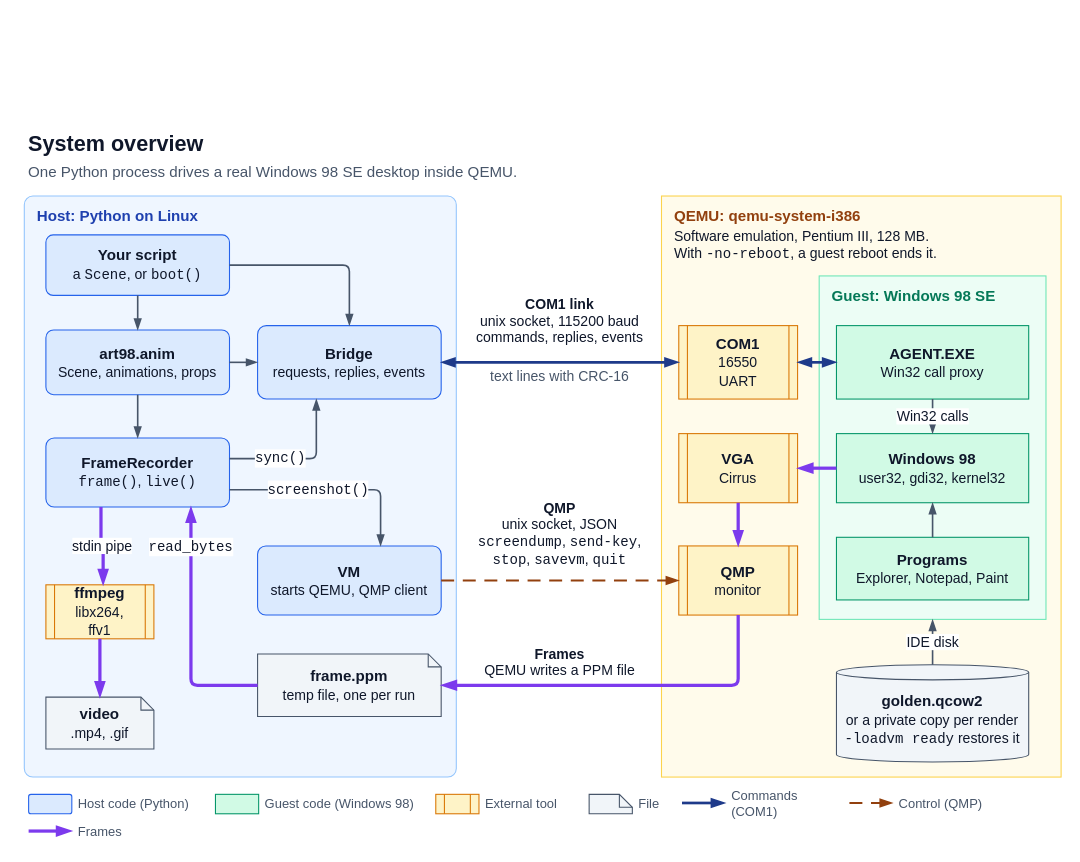
Above: docs/diagrams/system-overview.drawio in StanLukuvka/98artware (draw.io), before the change. Source tidied: cells renumbered, new cells numbered last; positions are measured from the earlier drawing's top-left corner, leaving out a move shared by most shapes. Both pictures are drawn from the tidied source at 108%, with x=0, y=0 at pixel (24, 126).
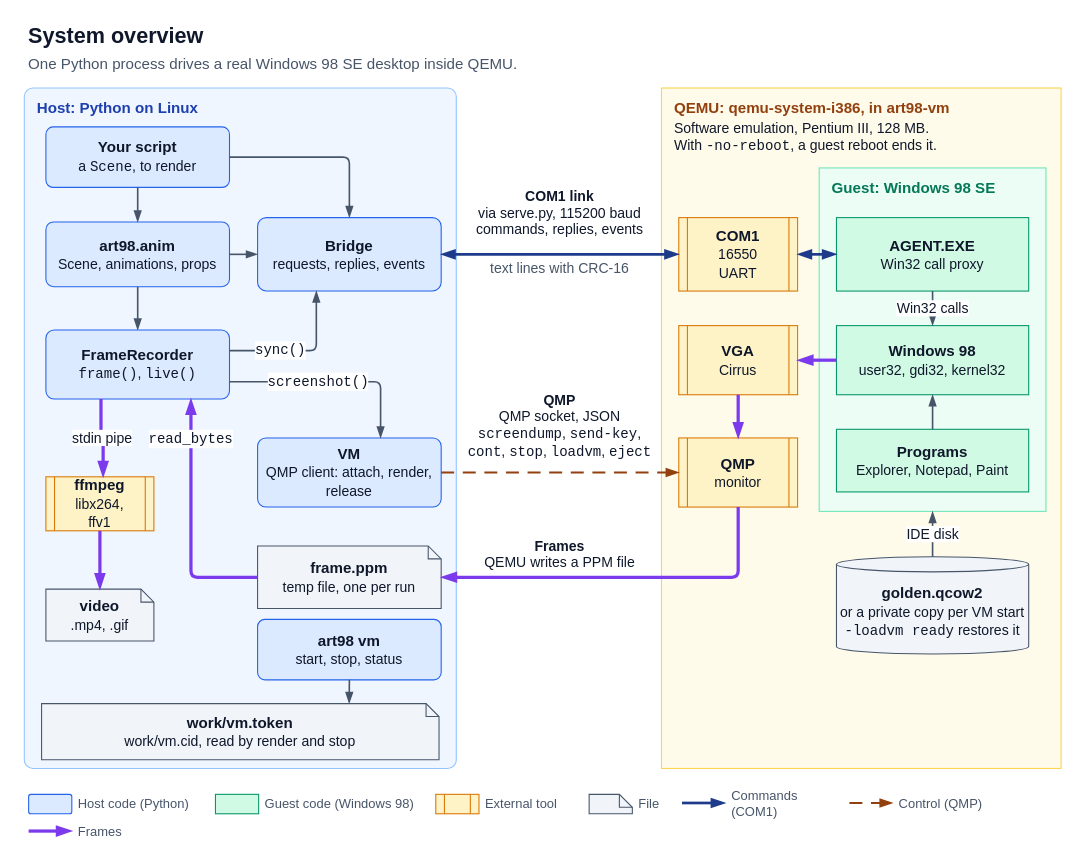
Above is the later version.

Unchanged cells that the change refers to:
```xml
<mxCell id="10" value="&lt;b style=&quot;font-size:14px&quot;&gt;frame.ppm&lt;/b&gt;&lt;br&gt;&lt;span style=&quot;font-size:13px&quot;&gt;temp file, one per run&lt;/span&gt;" style="shape=note;size=12;fillColor=#F1F5F9;strokeColor=#475569;whiteSpace=wrap;html=1;fontFamily=Helvetica;fontSize=14;fontColor=#0F172A;align=center;verticalAlign=middle;spacing=4;" parent="4" vertex="1">
  <mxGeometry x="216" y="424" width="170" height="58" as="geometry" />
</mxCell>
<mxCell id="17" value="&lt;b style=&quot;font-size:14px&quot;&gt;QMP&lt;/b&gt;&lt;br&gt;&lt;span style=&quot;font-size:13px&quot;&gt;monitor&lt;/span&gt;" style="shape=process;fixedSize=1;size=8;backgroundOutline=1;fillColor=#FEF3C7;strokeColor=#D97706;whiteSpace=wrap;html=1;fontFamily=Helvetica;fontSize=14;fontColor=#0F172A;align=center;verticalAlign=middle;spacing=4;" parent="13" vertex="1">
  <mxGeometry x="16" y="324" width="110" height="64" as="geometry" />
</mxCell>
```

Change to the diagram source:
```diff
@@
     <mxCell id="2" value="&lt;b&gt;System overview&lt;/b&gt;" style="text;html=1;whiteSpace=wrap;strokeColor=none;fillColor=none;fontFamily=Helvetica;fontSize=20;fontColor=#0F172A;align=left;verticalAlign=middle;spacing=0;" parent="1" vertex="1">
-      <mxGeometry x="4" width="952" height="30" as="geometry" />
+      <mxGeometry x="4" y="-100" width="952" height="30" as="geometry" />
     </mxCell>
     <mxCell id="3" value="One Python process drives a real Windows 98 SE desktop inside QEMU." style="text;html=1;whiteSpace=wrap;strokeColor=none;fillColor=none;fontFamily=Helvetica;fontSize=14;fontColor=#475569;align=left;verticalAlign=middle;spacing=0;" parent="1" vertex="1">
-      <mxGeometry x="4" y="30" width="952" height="24" as="geometry" />
+      <mxGeometry x="4" y="-70" width="952" height="24" as="geometry" />
     </mxCell>
     <mxCell id="4" value="Host: Python on Linux" style="fillColor=#EFF6FF;strokeColor=#93C5FD;fontColor=#1E40AF;rounded=1;arcSize=2;whiteSpace=wrap;html=1;fontFamily=Helvetica;fontSize=14;fontStyle=1;align=left;verticalAlign=top;spacingLeft=10;spacingTop=4;" parent="1" vertex="1">
-      <mxGeometry y="64" width="400" height="538" as="geometry" />
+      <mxGeometry y="-36" width="400" height="630" as="geometry" />
     </mxCell>
-    <mxCell id="5" value="&lt;b style=&quot;font-size:14px&quot;&gt;Your script&lt;/b&gt;&lt;br&gt;&lt;span style=&quot;font-size:13px&quot;&gt;a &lt;font face=&quot;Courier New&quot;&gt;Scene&lt;/font&gt;, or &lt;font face=&quot;Courier New&quot;&gt;boot()&lt;/font&gt;&lt;/span&gt;" style="rounded=1;arcSize=12;fillColor=#DBEAFE;strokeColor=#2563EB;whiteSpace=wrap;html=1;fontFamily=Helvetica;fontSize=14;fontColor=#0F172A;align=center;verticalAlign=middle;spacing=4;" parent="4" vertex="1">
+    <mxCell id="5" value="&lt;b style=&quot;font-size:14px&quot;&gt;Your script&lt;/b&gt;&lt;br&gt;&lt;span style=&quot;font-size:13px&quot;&gt;a &lt;font face=&quot;Courier New&quot;&gt;Scene&lt;/font&gt;, to render&lt;/span&gt;" style="rounded=1;arcSize=12;fillColor=#DBEAFE;strokeColor=#2563EB;whiteSpace=wrap;html=1;fontFamily=Helvetica;fontSize=14;fontColor=#0F172A;align=center;verticalAlign=middle;spacing=4;" parent="4" vertex="1">
       <mxGeometry x="20" y="36" width="170" height="56" as="geometry" />
     </mxCell>
@@
-    <mxCell id="9" value="&lt;b style=&quot;font-size:14px&quot;&gt;VM&lt;/b&gt;&lt;br&gt;&lt;span style=&quot;font-size:13px&quot;&gt;starts QEMU, QMP client&lt;/span&gt;" style="rounded=1;arcSize=12;fillColor=#DBEAFE;strokeColor=#2563EB;whiteSpace=wrap;html=1;fontFamily=Helvetica;fontSize=14;fontColor=#0F172A;align=center;verticalAlign=middle;spacing=4;" parent="4" vertex="1">
+    <mxCell id="9" value="&lt;b style=&quot;font-size:14px&quot;&gt;VM&lt;/b&gt;&lt;br&gt;&lt;span style=&quot;font-size:13px&quot;&gt;QMP client: attach, render, release&lt;/span&gt;" style="rounded=1;arcSize=12;fillColor=#DBEAFE;strokeColor=#2563EB;whiteSpace=wrap;html=1;fontFamily=Helvetica;fontSize=14;fontColor=#0F172A;align=center;verticalAlign=middle;spacing=4;" parent="4" vertex="1">
       <mxGeometry x="216" y="324" width="170" height="64" as="geometry" />
     </mxCell>
@@
-    <mxCell id="13" value="QEMU: qemu-system-i386" style="fillColor=#FFFBEB;strokeColor=#FCD34D;fontColor=#92400E;rounded=0;whiteSpace=wrap;html=1;fontFamily=Helvetica;fontSize=14;fontStyle=1;align=left;verticalAlign=top;spacingLeft=10;spacingTop=4;" parent="1" vertex="1">
-      <mxGeometry x="590" y="64" width="370" height="538" as="geometry" />
+    <mxCell id="13" value="QEMU: qemu-system-i386, in art98-vm" style="fillColor=#FFFBEB;strokeColor=#FCD34D;fontColor=#92400E;rounded=0;whiteSpace=wrap;html=1;fontFamily=Helvetica;fontSize=14;fontStyle=1;align=left;verticalAlign=top;spacingLeft=10;spacingTop=4;" parent="1" vertex="1">
+      <mxGeometry x="590" y="-36" width="370" height="630" as="geometry" />
     </mxCell>
@@
-    <mxCell id="22" value="&lt;b style=&quot;font-size:14px&quot;&gt;golden.qcow2&lt;/b&gt;&lt;br&gt;&lt;span style=&quot;font-size:13px&quot;&gt;or a private copy per render&lt;/span&gt;&lt;br&gt;&lt;span style=&quot;font-size:13px&quot;&gt;&lt;font face=&quot;Courier New&quot;&gt;-loadvm ready&lt;/font&gt; restores it&lt;/span&gt;" style="shape=cylinder3;boundedLbl=1;backgroundOutline=1;size=7;fillColor=#F1F5F9;strokeColor=#475569;whiteSpace=wrap;html=1;fontFamily=Helvetica;fontSize=14;fontColor=#0F172A;align=center;verticalAlign=middle;spacing=4;" parent="13" vertex="1">
+    <mxCell id="22" value="&lt;b style=&quot;font-size:14px&quot;&gt;golden.qcow2&lt;/b&gt;&lt;br&gt;&lt;span style=&quot;font-size:13px&quot;&gt;or a private copy per VM start&lt;/span&gt;&lt;br&gt;&lt;span style=&quot;font-size:13px&quot;&gt;&lt;font face=&quot;Courier New&quot;&gt;-loadvm ready&lt;/font&gt; restores it&lt;/span&gt;" style="shape=cylinder3;boundedLbl=1;backgroundOutline=1;size=7;fillColor=#F1F5F9;strokeColor=#475569;whiteSpace=wrap;html=1;fontFamily=Helvetica;fontSize=14;fontColor=#0F172A;align=center;verticalAlign=middle;spacing=4;" parent="13" vertex="1">
       <mxGeometry x="162" y="434" width="178" height="90" as="geometry" />
     </mxCell>
@@
-    <mxCell id="30" value="&lt;b style=&quot;font-size:13px&quot;&gt;COM1 link&lt;/b&gt;&lt;br&gt;&lt;span style=&quot;font-size:13px&quot;&gt;unix socket, 115200 baud&lt;/span&gt;&lt;br&gt;&lt;span style=&quot;font-size:13px&quot;&gt;commands, replies, events&lt;/span&gt;" style="text;html=1;whiteSpace=wrap;strokeColor=none;fillColor=none;fontFamily=Helvetica;fontSize=13;fontColor=#0F172A;align=center;verticalAlign=bottom;spacing=0;" parent="1" vertex="1">
-      <mxGeometry x="408" y="138" width="176" height="66" as="geometry" />
+    <mxCell id="30" value="&lt;b style=&quot;font-size:13px&quot;&gt;COM1 link&lt;/b&gt;&lt;br&gt;&lt;span style=&quot;font-size:13px&quot;&gt;via serve.py, 115200 baud&lt;/span&gt;&lt;br&gt;&lt;span style=&quot;font-size:13px&quot;&gt;commands, replies, events&lt;/span&gt;" style="text;html=1;whiteSpace=wrap;strokeColor=none;fillColor=none;fontFamily=Helvetica;fontSize=13;fontColor=#0F172A;align=center;verticalAlign=bottom;spacing=0;" parent="1" vertex="1">
+      <mxGeometry x="408" y="38" width="176" height="66" as="geometry" />
     </mxCell>
     <mxCell id="31" value="text lines with CRC-16" style="text;html=1;whiteSpace=wrap;strokeColor=none;fillColor=none;fontFamily=Helvetica;fontSize=13;fontColor=#475569;align=center;verticalAlign=middle;spacing=0;" parent="1" vertex="1">
-      <mxGeometry x="408" y="220" width="176" height="22" as="geometry" />
+      <mxGeometry x="408" y="120" width="176" height="22" as="geometry" />
     </mxCell>
@@
-    <mxCell id="33" value="&lt;b style=&quot;font-size:13px&quot;&gt;QMP&lt;/b&gt;&lt;br&gt;&lt;span style=&quot;font-size:13px&quot;&gt;unix socket, JSON&lt;/span&gt;&lt;br&gt;&lt;span style=&quot;font-size:13px&quot;&gt;&lt;font face=&quot;Courier New&quot;&gt;screendump&lt;/font&gt;, &lt;font face=&quot;Courier New&quot;&gt;send-key&lt;/font&gt;,&lt;/span&gt;&lt;br&gt;&lt;span style=&quot;font-size:13px&quot;&gt;&lt;font face=&quot;Courier New&quot;&gt;stop&lt;/font&gt;, &lt;font face=&quot;Courier New&quot;&gt;savevm&lt;/font&gt;, &lt;font face=&quot;Courier New&quot;&gt;quit&lt;/font&gt;&lt;/span&gt;" style="text;html=1;whiteSpace=wrap;strokeColor=none;fillColor=none;fontFamily=Helvetica;fontSize=13;fontColor=#0F172A;align=center;verticalAlign=bottom;spacing=0;" parent="1" vertex="1">
-      <mxGeometry x="408" y="326" width="176" height="84" as="geometry" />
+    <mxCell id="33" value="&lt;b style=&quot;font-size:13px&quot;&gt;QMP&lt;/b&gt;&lt;br&gt;&lt;span style=&quot;font-size:13px&quot;&gt;QMP socket, JSON&lt;/span&gt;&lt;br&gt;&lt;span style=&quot;font-size:13px&quot;&gt;&lt;font face=&quot;Courier New&quot;&gt;screendump&lt;/font&gt;, &lt;font face=&quot;Courier New&quot;&gt;send-key&lt;/font&gt;,&lt;/span&gt;&lt;br&gt;&lt;span style=&quot;font-size:13px&quot;&gt;&lt;font face=&quot;Courier New&quot;&gt;cont&lt;/font&gt;, &lt;font face=&quot;Courier New&quot;&gt;stop&lt;/font&gt;, &lt;font face=&quot;Courier New&quot;&gt;loadvm&lt;/font&gt;, &lt;font face=&quot;Courier New&quot;&gt;eject&lt;/font&gt;&lt;/span&gt;" style="text;html=1;whiteSpace=wrap;strokeColor=none;fillColor=none;fontFamily=Helvetica;fontSize=13;fontColor=#0F172A;align=center;verticalAlign=bottom;spacing=0;" parent="1" vertex="1">
+      <mxGeometry x="408" y="226" width="176" height="84" as="geometry" />
     </mxCell>
@@
     <mxCell id="39" style="html=1;fontFamily=Helvetica;fontSize=13;fontColor=#0F172A;strokeColor=#7C3AED;strokeWidth=3;edgeStyle=orthogonalEdgeStyle;rounded=1;arcSize=12;labelBackgroundColor=#FFFFFF;endArrow=blockThin;endFill=1;endSize=7;exitX=0.5;exitY=1;exitDx=0;exitDy=0;entryX=1;entryY=0.5;entryDx=0;entryDy=0;" parent="1" edge="1" source="17" target="10">
       <mxGeometry relative="1" as="geometry">
         <Array as="points">
-          <mxPoint x="661" y="517" />
+          <mxPoint x="661" y="417" />
         </Array>
       </mxGeometry>
     </mxCell>
     <mxCell id="40" value="&lt;b style=&quot;font-size:13px&quot;&gt;Frames&lt;/b&gt;&lt;br&gt;&lt;span style=&quot;font-size:13px&quot;&gt;QEMU writes a PPM file&lt;/span&gt;" style="text;html=1;whiteSpace=wrap;strokeColor=none;fillColor=none;fontFamily=Helvetica;fontSize=13;fontColor=#0F172A;align=center;verticalAlign=bottom;spacing=0;" parent="1" vertex="1">
-      <mxGeometry x="408" y="464" width="176" height="48" as="geometry" />
+      <mxGeometry x="408" y="364" width="176" height="48" as="geometry" />
     </mxCell>
@@
+    <mxCell id="65" value="&lt;b style=&quot;font-size:14px&quot;&gt;art98 vm&lt;/b&gt;&lt;br&gt;&lt;span style=&quot;font-size:13px&quot;&gt;start, stop, status&lt;/span&gt;" style="rounded=1;arcSize=12;fillColor=#DBEAFE;strokeColor=#2563EB;whiteSpace=wrap;html=1;fontFamily=Helvetica;fontSize=14;fontColor=#0F172A;align=center;verticalAlign=middle;spacing=4;" parent="4" vertex="1">
+      <mxGeometry x="216" y="492" width="170" height="56" as="geometry" />
+    </mxCell>
+    <mxCell id="66" value="&lt;b style=&quot;font-size:14px&quot;&gt;work/vm.token&lt;/b&gt;&lt;br&gt;&lt;span style=&quot;font-size:13px&quot;&gt;work/vm.cid, read by render and stop&lt;/span&gt;" style="shape=note;size=12;fillColor=#F1F5F9;strokeColor=#475569;whiteSpace=wrap;html=1;fontFamily=Helvetica;fontSize=14;fontColor=#0F172A;align=center;verticalAlign=middle;spacing=4;" parent="4" vertex="1">
+      <mxGeometry x="16" y="570" width="368" height="52" as="geometry" />
+    </mxCell>
+    <mxCell id="67" style="html=1;fontFamily=Helvetica;fontSize=13;fontColor=#0F172A;strokeColor=#475569;strokeWidth=1.5;rounded=0;labelBackgroundColor=#FFFFFF;endArrow=blockThin;endFill=1;endSize=7;exitX=0.5;exitY=1;exitDx=0;exitDy=0;entryX=0.774;entryY=0;entryDx=0;entryDy=0;" parent="4" edge="1" source="65" target="66">
+      <mxGeometry relative="1" as="geometry" />
+    </mxCell>
```
